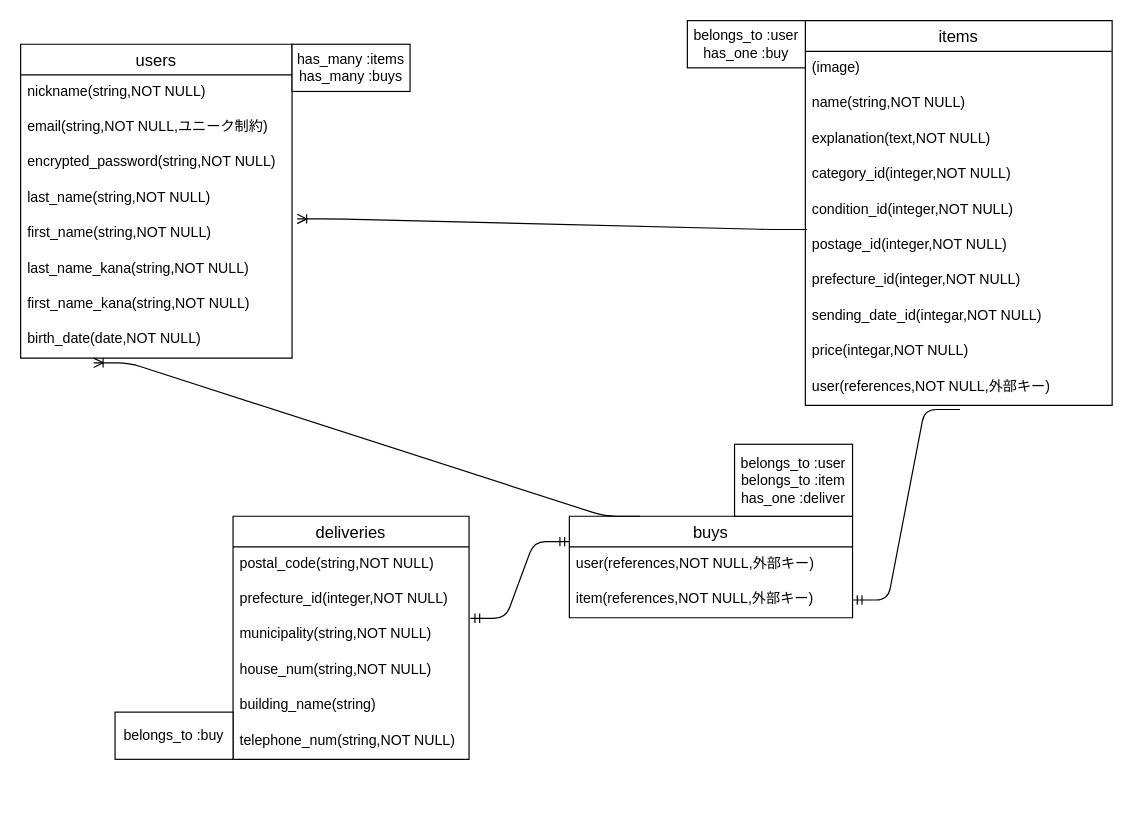
yukitaka7478/furima-37970 keeps this draw.io diagram as furima-37970.dio. Above is the earlier version. Source tidied: cells renumbered, new cells numbered last; positions are measured from the earlier drawing's top-left corner, leaving out a move shared by most shapes. Both pictures are drawn from the tidied source at 118%, with x=0, y=0 at pixel (20, 20).
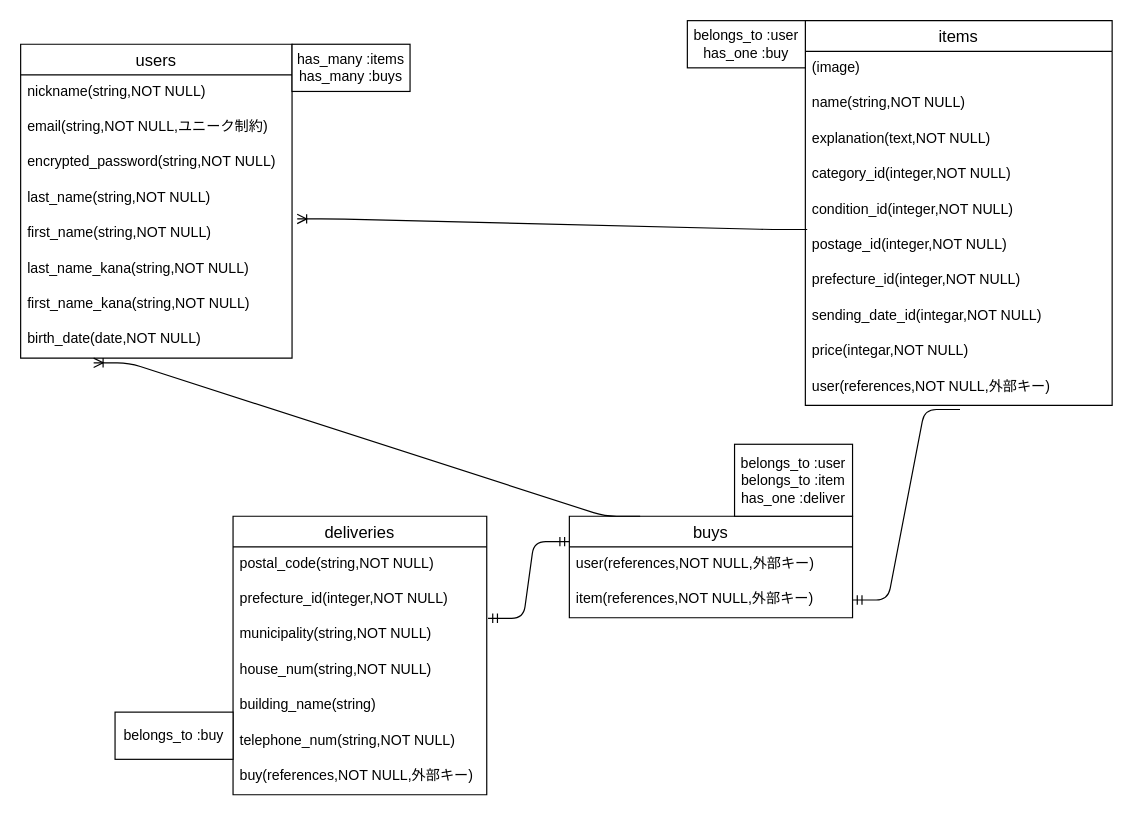
Above is the later version.

Commit message (it also covers changes not shown here):
ER図とREADMEの修正2

The edit, as a diff of the source:
```diff
@@
     <mxCell id="25" value="deliveries" style="swimlane;fontStyle=0;horizontal=1;startSize=26;align=center;fontSize=14;" parent="1" vertex="1">
-      <mxGeometry x="180" y="420" width="200" height="206" as="geometry" />
+      <mxGeometry x="180" y="420" width="215" height="236" as="geometry" />
     </mxCell>
     <mxCell id="26" value="postal_code(string,NOT NULL)" style="text;strokeColor=none;fillColor=none;spacingLeft=4;spacingRight=4;overflow=hidden;fontSize=12;" parent="25" vertex="1">
-      <mxGeometry y="26" width="200" height="30" as="geometry" />
+      <mxGeometry y="26" width="215" height="30" as="geometry" />
     </mxCell>
     <mxCell id="27" value="prefecture_id(integer,NOT NULL)" style="text;strokeColor=none;fillColor=none;spacingLeft=4;spacingRight=4;overflow=hidden;fontSize=12;" parent="25" vertex="1">
-      <mxGeometry y="56" width="200" height="30" as="geometry" />
+      <mxGeometry y="56" width="215" height="30" as="geometry" />
     </mxCell>
     <mxCell id="28" value="municipality(string,NOT NULL)" style="text;strokeColor=none;fillColor=none;spacingLeft=4;spacingRight=4;overflow=hidden;points=[[0,0.5],[1,0.5]];portConstraint=eastwest;fontSize=12;" parent="25" vertex="1">
-      <mxGeometry y="86" width="200" height="30" as="geometry" />
+      <mxGeometry y="86" width="215" height="30" as="geometry" />
     </mxCell>
     <mxCell id="29" value="house_num(string,NOT NULL)" style="text;strokeColor=none;fillColor=none;spacingLeft=4;spacingRight=4;overflow=hidden;fontSize=12;" parent="25" vertex="1">
-      <mxGeometry y="116" width="200" height="30" as="geometry" />
+      <mxGeometry y="116" width="215" height="30" as="geometry" />
     </mxCell>
     <mxCell id="30" value="building_name(string)" style="text;strokeColor=none;fillColor=none;spacingLeft=4;spacingRight=4;overflow=hidden;fontSize=12;" parent="25" vertex="1">
-      <mxGeometry y="146" width="200" height="30" as="geometry" />
+      <mxGeometry y="146" width="215" height="30" as="geometry" />
     </mxCell>
     <mxCell id="31" value="telephone_num(string,NOT NULL)" style="text;strokeColor=none;fillColor=none;spacingLeft=4;spacingRight=4;overflow=hidden;fontSize=12;" parent="25" vertex="1">
-      <mxGeometry y="176" width="200" height="30" as="geometry" />
+      <mxGeometry y="176" width="215" height="30" as="geometry" />
     </mxCell>
+    <mxCell id="40" value="buy(references,NOT NULL,外部キー)" style="text;strokeColor=none;fillColor=none;spacingLeft=4;spacingRight=4;overflow=hidden;fontSize=12;" parent="25" vertex="1">
+      <mxGeometry y="206" width="215" height="30" as="geometry" />
+    </mxCell>
```
